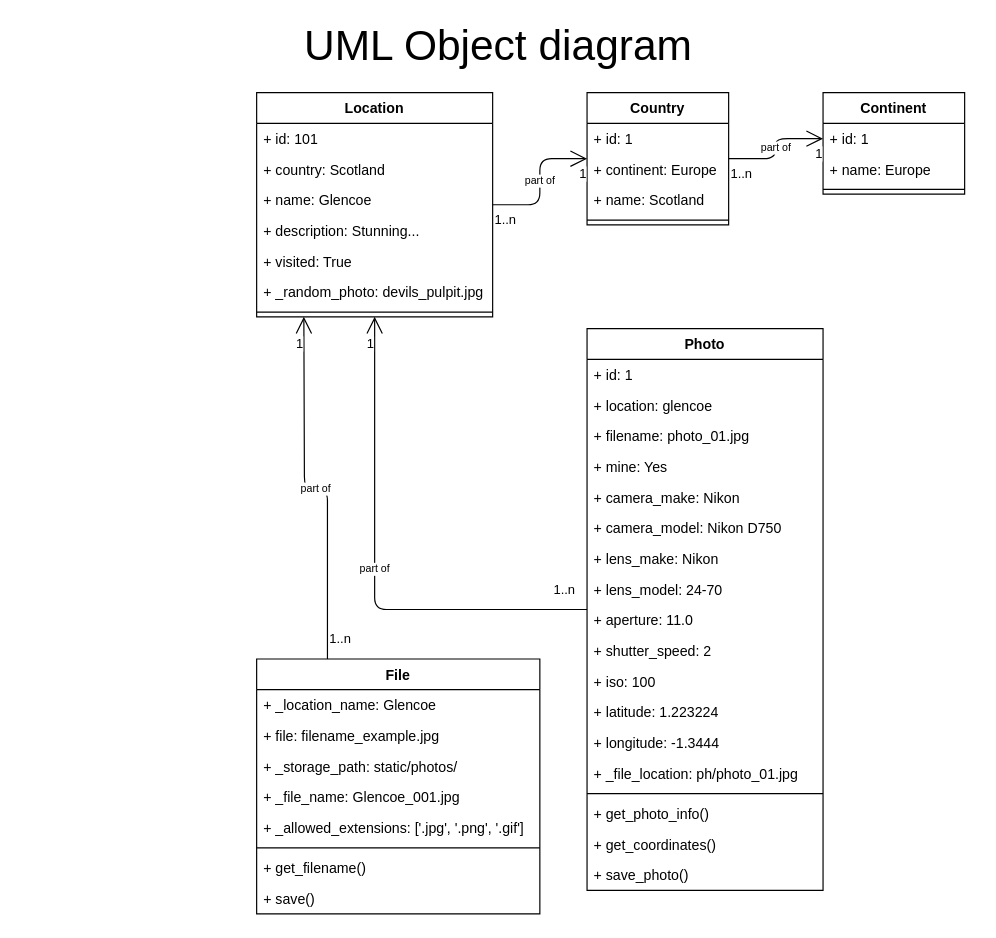
Above: page "UML object diagram" (2 of 7) of Design/Design.drawio in Michalju/PhotoApp (draw.io), before the change. Source tidied: cells renumbered, new cells numbered last; positions are measured from the earlier drawing's top-left corner, leaving out a move shared by most shapes. Both pictures are drawn from the tidied source at 118%, with x=0, y=0 at pixel (20, 21).
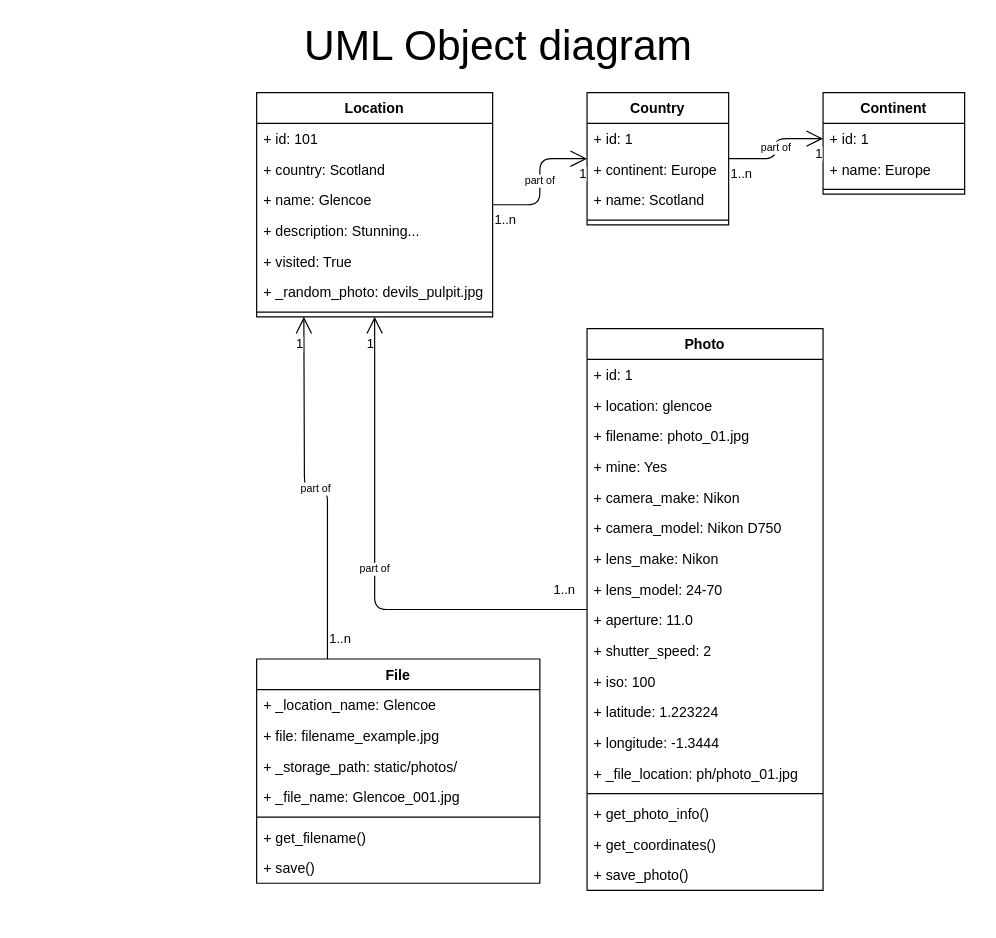
Above is the later version.

Change to the diagram source:
```diff
@@
     <mxCell id="51" value="File" style="swimlane;fontStyle=1;align=center;verticalAlign=top;horizontal=1;startSize=26;" parent="1" vertex="1">
-      <mxGeometry x="200" y="540" width="240" height="216" as="geometry" />
+      <mxGeometry x="200" y="540" width="240" height="190" as="geometry" />
     </mxCell>
@@
-    <mxCell id="56" value="+ _allowed_extensions: ['.jpg', '.png', '.gif']" style="text;strokeColor=none;fillColor=none;align=left;verticalAlign=top;spacingLeft=4;spacingRight=4;overflow=hidden;" parent="51" vertex="1">
-      <mxGeometry y="130" width="240" height="26" as="geometry" />
-    </mxCell>
     <mxCell id="57" style="line;strokeWidth=1;fillColor=none;align=left;verticalAlign=middle;spacingTop=-1;spacingLeft=3;spacingRight=3;labelPosition=right;" parent="51" vertex="1">
-      <mxGeometry y="156" width="240" height="8" as="geometry" />
+      <mxGeometry y="130" width="240" height="8" as="geometry" />
     </mxCell>
     <mxCell id="58" value="+ get_filename()" style="text;strokeColor=none;fillColor=none;align=left;verticalAlign=top;spacingLeft=4;spacingRight=4;overflow=hidden;" parent="51" vertex="1">
-      <mxGeometry y="164" width="240" height="26" as="geometry" />
+      <mxGeometry y="138" width="240" height="26" as="geometry" />
     </mxCell>
     <mxCell id="59" value="+ save()" style="text;strokeColor=none;fillColor=none;align=left;verticalAlign=top;spacingLeft=4;spacingRight=4;overflow=hidden;" parent="51" vertex="1">
-      <mxGeometry y="190" width="240" height="26" as="geometry" />
+      <mxGeometry y="164" width="240" height="26" as="geometry" />
     </mxCell>
```
